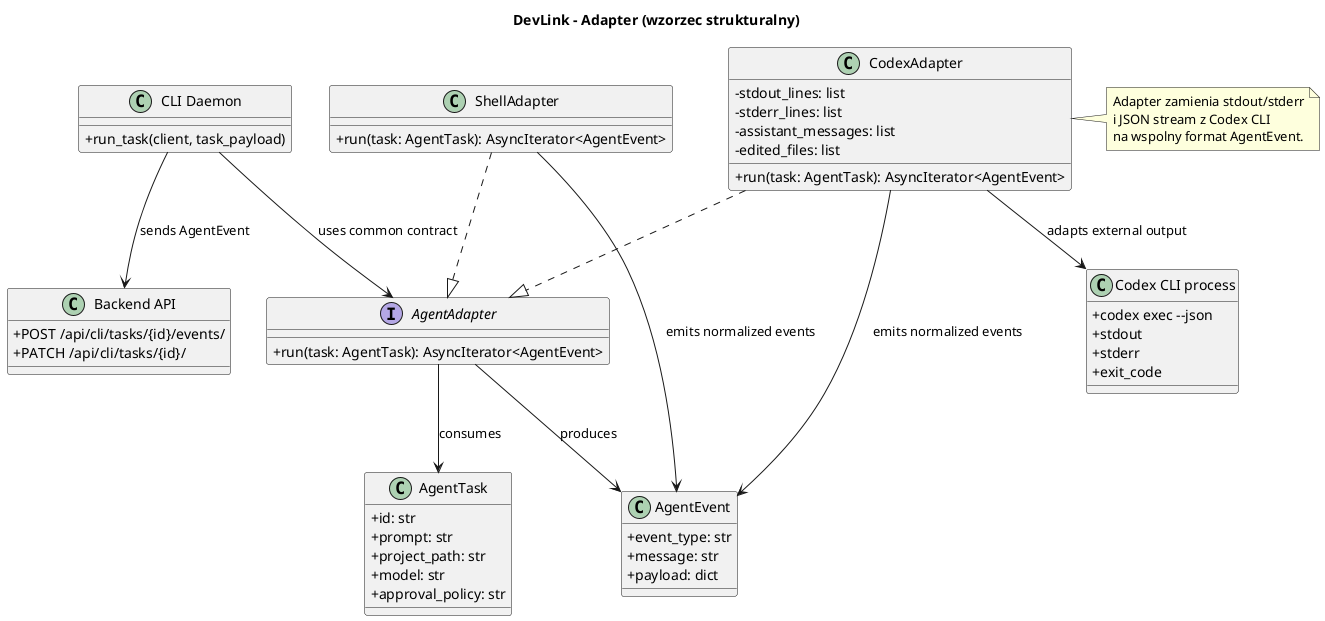
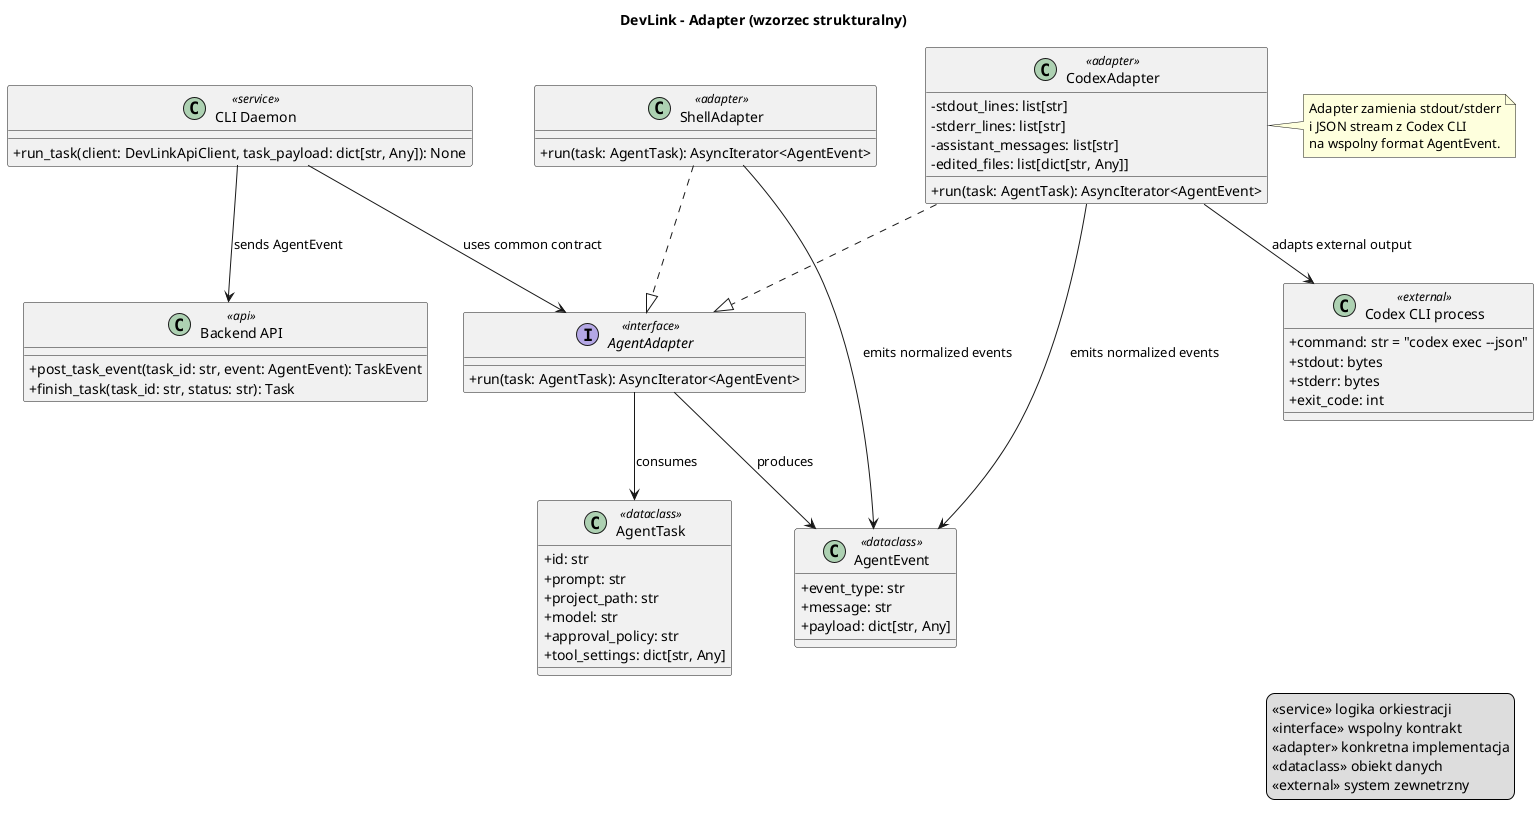
@startuml
title DevLink - Adapter (wzorzec strukturalny)

skinparam classAttributeIconSize 0
skinparam shadowing false
skinparam packageStyle rectangle

- class "CLI Daemon" as Daemon {
-   +run_task(client, task_payload)
+ class "CLI Daemon" as Daemon <<service>> {
+   +run_task(client: DevLinkApiClient, task_payload: dict[str, Any]): None
}

- interface AgentAdapter {
+ interface AgentAdapter <<interface>> {
  +run(task: AgentTask): AsyncIterator<AgentEvent>
}

- class CodexAdapter {
-   -stdout_lines: list
-   -stderr_lines: list
-   -assistant_messages: list
-   -edited_files: list
+ class CodexAdapter <<adapter>> {
+   -stdout_lines: list[str]
+   -stderr_lines: list[str]
+   -assistant_messages: list[str]
+   -edited_files: list[dict[str, Any]]
  +run(task: AgentTask): AsyncIterator<AgentEvent>
}

- class ShellAdapter {
+ class ShellAdapter <<adapter>> {
  +run(task: AgentTask): AsyncIterator<AgentEvent>
}

- class AgentTask {
+ class AgentTask <<dataclass>> {
  +id: str
  +prompt: str
  +project_path: str
  +model: str
  +approval_policy: str
+   +tool_settings: dict[str, Any]
}

- class AgentEvent {
+ class AgentEvent <<dataclass>> {
  +event_type: str
  +message: str
-   +payload: dict
+   +payload: dict[str, Any]
}

- class "Codex CLI process" as CodexProcess {
-   +codex exec --json
-   +stdout
-   +stderr
-   +exit_code
+ class "Codex CLI process" as CodexProcess <<external>> {
+   +command: str = "codex exec --json"
+   +stdout: bytes
+   +stderr: bytes
+   +exit_code: int
}

- class "Backend API" as BackendApi {
-   +POST /api/cli/tasks/{id}/events/
-   +PATCH /api/cli/tasks/{id}/
+ class "Backend API" as BackendApi <<api>> {
+   +post_task_event(task_id: str, event: AgentEvent): TaskEvent
+   +finish_task(task_id: str, status: str): Task
}

Daemon --> AgentAdapter : uses common contract
Daemon --> BackendApi : sends AgentEvent

CodexAdapter ..|> AgentAdapter
ShellAdapter ..|> AgentAdapter

CodexAdapter --> CodexProcess : adapts external output
CodexAdapter --> AgentEvent : emits normalized events
ShellAdapter --> AgentEvent : emits normalized events

AgentAdapter --> AgentTask : consumes
AgentAdapter --> AgentEvent : produces

note right of CodexAdapter
Adapter zamienia stdout/stderr
i JSON stream z Codex CLI
na wspolny format AgentEvent.
end note

+ legend right
+   <<service>> logika orkiestracji
+   <<interface>> wspolny kontrakt
+   <<adapter>> konkretna implementacja
+   <<dataclass>> obiekt danych
+   <<external>> system zewnetrzny
+ endlegend
+ 
@enduml
- 
